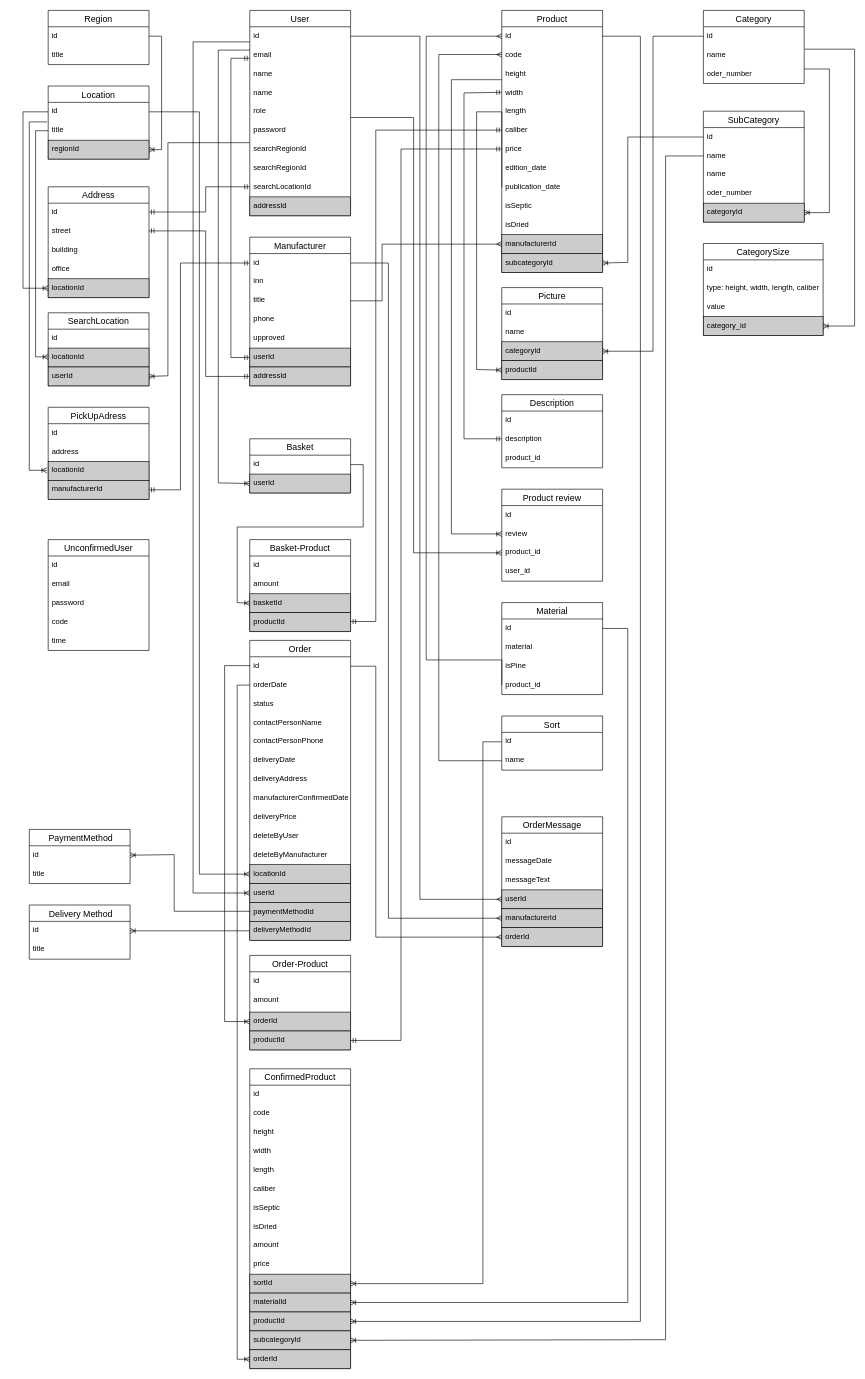
Before: lesopilka.drawio in alexeyk500/lesopilka_backend, a draw.io diagram. Source tidied: cells renumbered, new cells numbered last; positions are measured from the earlier drawing's top-left corner, leaving out a move shared by most shapes. Both pictures are drawn from the tidied source at 63%, with x=0, y=0 at pixel (23, 10).
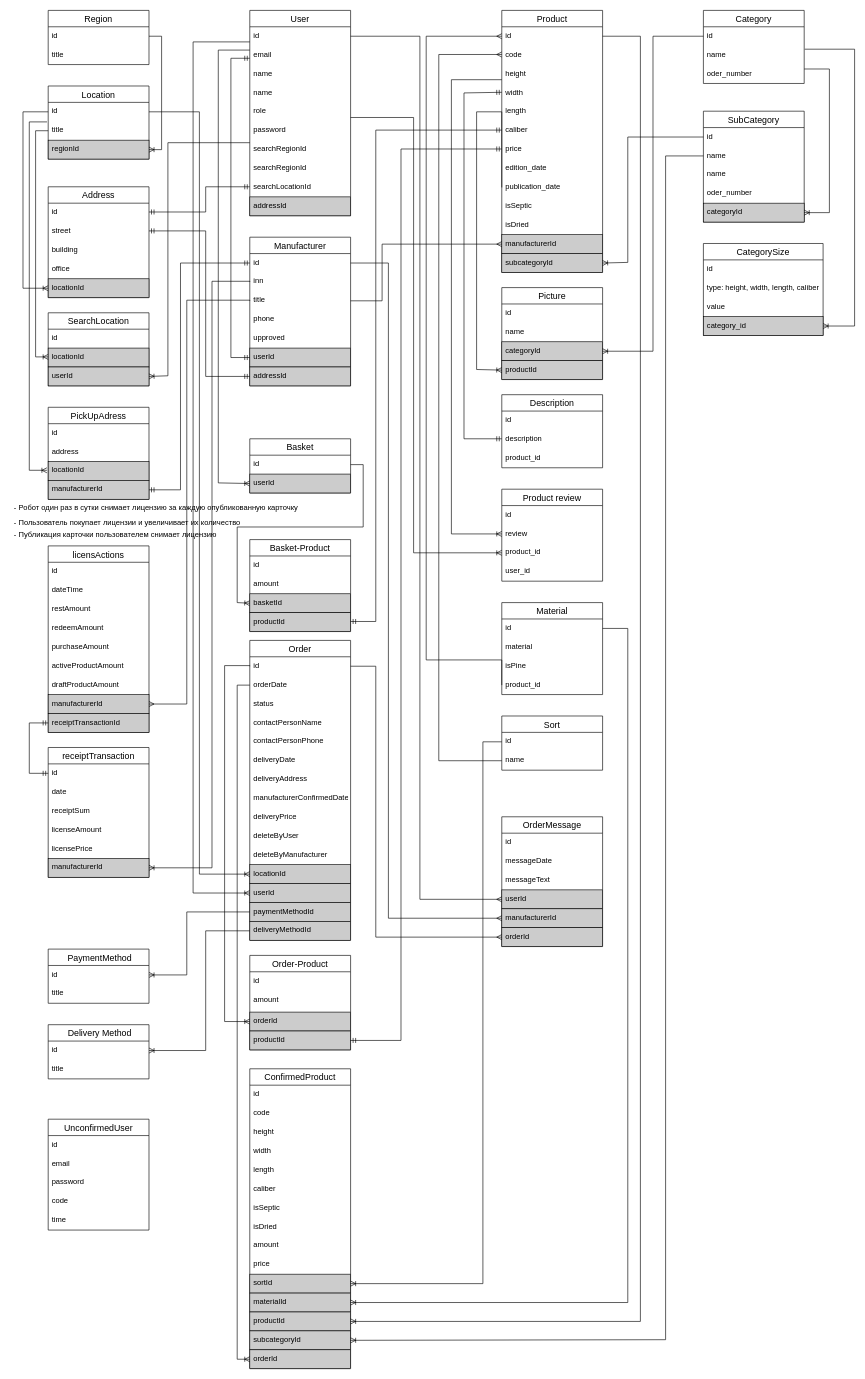
The same diagram, later.

Unchanged cells that the change refers to:
```xml
<mxCell id="103" value="inn" style="text;strokeColor=none;fillColor=none;spacingLeft=4;spacingRight=4;overflow=hidden;points=[[0,0.5],[1,0.5]];portConstraint=eastwest;fontSize=12;" parent="101" vertex="1">
  <mxGeometry y="56" width="160" height="30" as="geometry" />
</mxCell>
<mxCell id="104" value="title" style="text;strokeColor=none;fillColor=none;spacingLeft=4;spacingRight=4;overflow=hidden;points=[[0,0.5],[1,0.5]];portConstraint=eastwest;fontSize=12;" parent="101" vertex="1">
  <mxGeometry y="86" width="160" height="30" as="geometry" />
</mxCell>
<mxCell id="138" value="paymentMethodId&#10;" style="text;spacingLeft=4;spacingRight=4;overflow=hidden;points=[[0,0.5],[1,0.5]];portConstraint=eastwest;fontSize=12;fillColor=#CCCCCC;strokeColor=default;" parent="124" vertex="1">
  <mxGeometry y="416" width="160" height="30" as="geometry" />
</mxCell>
<mxCell id="139" value="deliveryMethodId&#10;" style="text;spacingLeft=4;spacingRight=4;overflow=hidden;points=[[0,0.5],[1,0.5]];portConstraint=eastwest;fontSize=12;fillColor=#CCCCCC;strokeColor=default;" parent="124" vertex="1">
  <mxGeometry y="446" width="160" height="30" as="geometry" />
</mxCell>
<mxCell id="147" value="id" style="text;strokeColor=none;fillColor=none;spacingLeft=4;spacingRight=4;overflow=hidden;points=[[0,0.5],[1,0.5]];portConstraint=eastwest;fontSize=12;" parent="146" vertex="1">
  <mxGeometry y="26" width="160" height="30" as="geometry" />
</mxCell>
<mxCell id="150" value="id" style="text;strokeColor=none;fillColor=none;spacingLeft=4;spacingRight=4;overflow=hidden;points=[[0,0.5],[1,0.5]];portConstraint=eastwest;fontSize=12;" parent="149" vertex="1">
  <mxGeometry y="26" width="160" height="30" as="geometry" />
</mxCell>
```

The edit, as a diff of the source:
```diff
@@
     <mxCell id="88" value="UnconfirmedUser" style="swimlane;fontStyle=0;horizontal=1;startSize=26;align=center;fontSize=14;" parent="1" vertex="1">
-      <mxGeometry x="40" y="840" width="160" height="176" as="geometry" />
+      <mxGeometry x="40" y="1760" width="160" height="176" as="geometry" />
     </mxCell>
@@
     <mxCell id="146" value=" PaymentMethod" style="swimlane;fontStyle=0;horizontal=1;startSize=26;align=center;fontSize=14;" parent="1" vertex="1">
-      <mxGeometry x="10" y="1300" width="160" height="86" as="geometry" />
+      <mxGeometry x="40" y="1490" width="160" height="86" as="geometry" />
     </mxCell>
@@
     <mxCell id="149" value=" Delivery Method" style="swimlane;fontStyle=0;horizontal=1;startSize=26;align=center;fontSize=14;" parent="1" vertex="1">
-      <mxGeometry x="10" y="1420" width="160" height="86" as="geometry" />
+      <mxGeometry x="40" y="1610" width="160" height="86" as="geometry" />
     </mxCell>
@@
     <mxCell id="153" style="edgeStyle=orthogonalEdgeStyle;fontSize=12;html=1;endArrow=ERoneToMany;rounded=0;entryX=1;entryY=0.5;entryDx=0;entryDy=0;exitX=0;exitY=0.5;exitDx=0;exitDy=0;" parent="1" edge="1" source="138" target="147">
       <mxGeometry x="0.64" y="10" relative="1" as="geometry">
         <Array as="points">
-          <mxPoint x="360" y="1430" />
-          <mxPoint x="240" y="1430" />
-          <mxPoint x="240" y="1340" />
+          <mxPoint x="260" y="1431" />
+          <mxPoint x="260" y="1531" />
         </Array>
       </mxGeometry>
     </mxCell>
-    <mxCell id="154" style="fontSize=12;html=1;endArrow=ERoneToMany;rounded=0;exitX=0;exitY=0.5;exitDx=0;exitDy=0;entryX=1;entryY=0.5;entryDx=0;entryDy=0;" parent="1" edge="1" source="139" target="150">
-      <mxGeometry x="0.64" y="10" relative="1" as="geometry" />
+    <mxCell id="154" style="fontSize=12;html=1;endArrow=ERoneToMany;rounded=0;exitX=0;exitY=0.5;exitDx=0;exitDy=0;entryX=1;entryY=0.5;entryDx=0;entryDy=0;edgeStyle=orthogonalEdgeStyle;" parent="1" edge="1" source="139" target="150">
+      <mxGeometry x="0.64" y="10" relative="1" as="geometry">
+        <Array as="points">
+          <mxPoint x="290" y="1461" />
+          <mxPoint x="290" y="1651" />
+        </Array>
+      </mxGeometry>
     </mxCell>
@@
+    <mxCell id="195" value="licensActions" style="swimlane;fontStyle=0;horizontal=1;startSize=26;align=center;fontSize=14;" parent="1" vertex="1">
+      <mxGeometry x="40" y="850" width="160" height="296" as="geometry" />
+    </mxCell>
+    <mxCell id="196" value="id" style="text;strokeColor=none;fillColor=none;spacingLeft=4;spacingRight=4;overflow=hidden;fontSize=12;" parent="195" vertex="1">
+      <mxGeometry y="26" width="160" height="30" as="geometry" />
+    </mxCell>
+    <mxCell id="197" value="dateTime" style="text;strokeColor=none;fillColor=none;spacingLeft=4;spacingRight=4;overflow=hidden;fontSize=12;" parent="195" vertex="1">
+      <mxGeometry y="56" width="160" height="30" as="geometry" />
+    </mxCell>
+    <mxCell id="198" value="restAmount" style="text;strokeColor=none;fillColor=none;spacingLeft=4;spacingRight=4;overflow=hidden;fontSize=12;" parent="195" vertex="1">
+      <mxGeometry y="86" width="160" height="30" as="geometry" />
+    </mxCell>
+    <mxCell id="199" value="redeemAmount" style="text;strokeColor=none;fillColor=none;spacingLeft=4;spacingRight=4;overflow=hidden;fontSize=12;" parent="195" vertex="1">
+      <mxGeometry y="116" width="160" height="30" as="geometry" />
+    </mxCell>
+    <mxCell id="200" value="purchaseAmount" style="text;strokeColor=none;fillColor=none;spacingLeft=4;spacingRight=4;overflow=hidden;fontSize=12;" parent="195" vertex="1">
+      <mxGeometry y="146" width="160" height="30" as="geometry" />
+    </mxCell>
+    <mxCell id="201" value="activeProductAmount" style="text;strokeColor=none;fillColor=none;spacingLeft=4;spacingRight=4;overflow=hidden;fontSize=12;" parent="195" vertex="1">
+      <mxGeometry y="176" width="160" height="30" as="geometry" />
+    </mxCell>
+    <mxCell id="202" value="draftProductAmount" style="text;strokeColor=none;fillColor=none;spacingLeft=4;spacingRight=4;overflow=hidden;fontSize=12;" parent="195" vertex="1">
+      <mxGeometry y="206" width="160" height="30" as="geometry" />
+    </mxCell>
+    <mxCell id="203" value="manufacturerId" style="text;strokeColor=default;fillColor=#CCCCCC;spacingLeft=4;spacingRight=4;overflow=hidden;points=[[0,0.5],[1,0.5]];portConstraint=eastwest;fontSize=12;perimeterSpacing=0;strokeWidth=1;" parent="195" vertex="1">
+      <mxGeometry y="236" width="160" height="30" as="geometry" />
+    </mxCell>
+    <mxCell id="204" value="receiptTransactionId" style="text;strokeColor=default;fillColor=#CCCCCC;spacingLeft=4;spacingRight=4;overflow=hidden;points=[[0,0.5],[1,0.5]];portConstraint=eastwest;fontSize=12;perimeterSpacing=0;strokeWidth=1;" parent="195" vertex="1">
+      <mxGeometry y="266" width="160" height="30" as="geometry" />
+    </mxCell>
+    <mxCell id="205" value="receiptTransaction" style="swimlane;fontStyle=0;horizontal=1;startSize=26;align=center;fontSize=14;" parent="1" vertex="1">
+      <mxGeometry x="40" y="1170" width="160" height="206" as="geometry" />
+    </mxCell>
+    <mxCell id="206" value="id" style="text;strokeColor=none;fillColor=none;spacingLeft=4;spacingRight=4;overflow=hidden;points=[[0,0.5],[1,0.5]];portConstraint=eastwest;fontSize=12;" parent="205" vertex="1">
+      <mxGeometry y="26" width="160" height="30" as="geometry" />
+    </mxCell>
+    <mxCell id="207" value="date" style="text;strokeColor=none;fillColor=none;spacingLeft=4;spacingRight=4;overflow=hidden;fontSize=12;" parent="205" vertex="1">
+      <mxGeometry y="56" width="160" height="30" as="geometry" />
+    </mxCell>
+    <mxCell id="208" value="receiptSum" style="text;strokeColor=none;fillColor=none;spacingLeft=4;spacingRight=4;overflow=hidden;fontSize=12;" parent="205" vertex="1">
+      <mxGeometry y="86" width="160" height="30" as="geometry" />
+    </mxCell>
+    <mxCell id="209" value="licenseAmount" style="text;strokeColor=none;fillColor=none;spacingLeft=4;spacingRight=4;overflow=hidden;fontSize=12;" parent="205" vertex="1">
+      <mxGeometry y="116" width="160" height="30" as="geometry" />
+    </mxCell>
+    <mxCell id="210" value="licensePrice" style="text;strokeColor=none;fillColor=none;spacingLeft=4;spacingRight=4;overflow=hidden;fontSize=12;" parent="205" vertex="1">
+      <mxGeometry y="146" width="160" height="30" as="geometry" />
+    </mxCell>
+    <mxCell id="211" value="manufacturerId" style="text;strokeColor=default;fillColor=#CCCCCC;spacingLeft=4;spacingRight=4;overflow=hidden;points=[[0,0.5],[1,0.5]];portConstraint=eastwest;fontSize=12;perimeterSpacing=0;strokeWidth=1;" parent="205" vertex="1">
+      <mxGeometry y="176" width="160" height="30" as="geometry" />
+    </mxCell>
+    <mxCell id="212" value="- Робот один раз в сутки снимает лицензию за каждую опубликованную карточку&#10;&#10;" style="text;strokeColor=none;fillColor=none;spacingLeft=4;spacingRight=4;overflow=hidden;fontSize=12;" parent="1" vertex="1">
+      <mxGeometry x="-20" y="776" width="490" height="30" as="geometry" />
+    </mxCell>
+    <mxCell id="213" value="- Пользователь покупает лицензии и увеличивает их количество" style="text;strokeColor=none;fillColor=none;spacingLeft=4;spacingRight=4;overflow=hidden;fontSize=12;" parent="1" vertex="1">
+      <mxGeometry x="-20" y="800" width="400" height="31" as="geometry" />
+    </mxCell>
+    <mxCell id="214" style="edgeStyle=orthogonalEdgeStyle;fontSize=12;html=1;endArrow=ERmandOne;startArrow=ERmandOne;rounded=0;entryX=0;entryY=0.5;entryDx=0;entryDy=0;exitX=0;exitY=0.5;exitDx=0;exitDy=0;" parent="1" edge="1" source="206" target="204">
+      <mxGeometry relative="1" as="geometry">
+        <Array as="points">
+          <mxPoint x="10" y="1211" />
+          <mxPoint x="10" y="1131" />
+        </Array>
+      </mxGeometry>
+    </mxCell>
+    <mxCell id="215" style="edgeStyle=orthogonalEdgeStyle;fontSize=12;html=1;endArrow=ERoneToMany;rounded=0;entryX=1;entryY=0.5;entryDx=0;entryDy=0;exitX=0;exitY=0.5;exitDx=0;exitDy=0;startArrow=none;" parent="1" edge="1" source="103" target="211">
+      <mxGeometry relative="1" as="geometry">
+        <Array as="points">
+          <mxPoint x="360" y="430" />
+          <mxPoint x="300" y="430" />
+          <mxPoint x="300" y="1361" />
+        </Array>
+      </mxGeometry>
+    </mxCell>
+    <mxCell id="216" style="edgeStyle=orthogonalEdgeStyle;fontSize=12;html=1;endArrow=ERmany;rounded=0;entryX=1;entryY=0.5;entryDx=0;entryDy=0;exitX=0;exitY=0.5;exitDx=0;exitDy=0;" parent="1" edge="1" source="104" target="203">
+      <mxGeometry relative="1" as="geometry">
+        <Array as="points">
+          <mxPoint x="360" y="460" />
+          <mxPoint x="260" y="460" />
+          <mxPoint x="260" y="1101" />
+        </Array>
+      </mxGeometry>
+    </mxCell>
+    <mxCell id="217" value="- Публикация карточки пользователем снимает лицензию" style="text;strokeColor=none;fillColor=none;spacingLeft=4;spacingRight=4;overflow=hidden;fontSize=12;" parent="1" vertex="1">
+      <mxGeometry x="-20" y="818" width="350" height="30" as="geometry" />
+    </mxCell>
```
